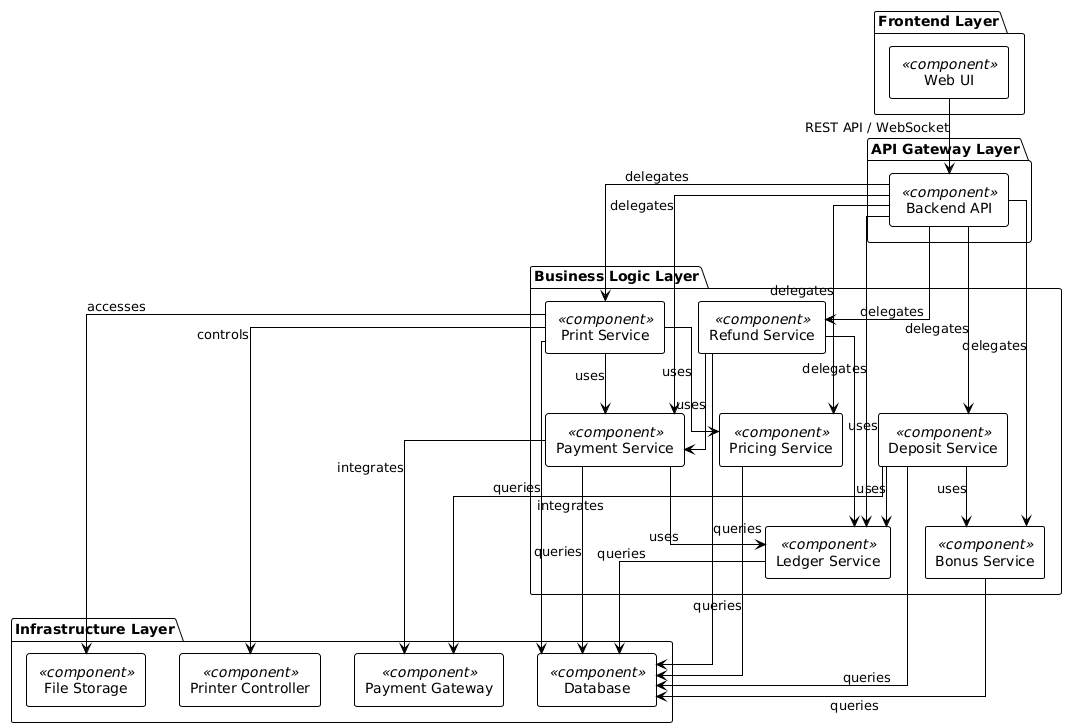
WilliamChristopherAlt/PrintingServiceDB keeps this PlantUML diagram as scripts/visualize/component_diagrams/print_management_component_diagram.png. Above is the earlier version.
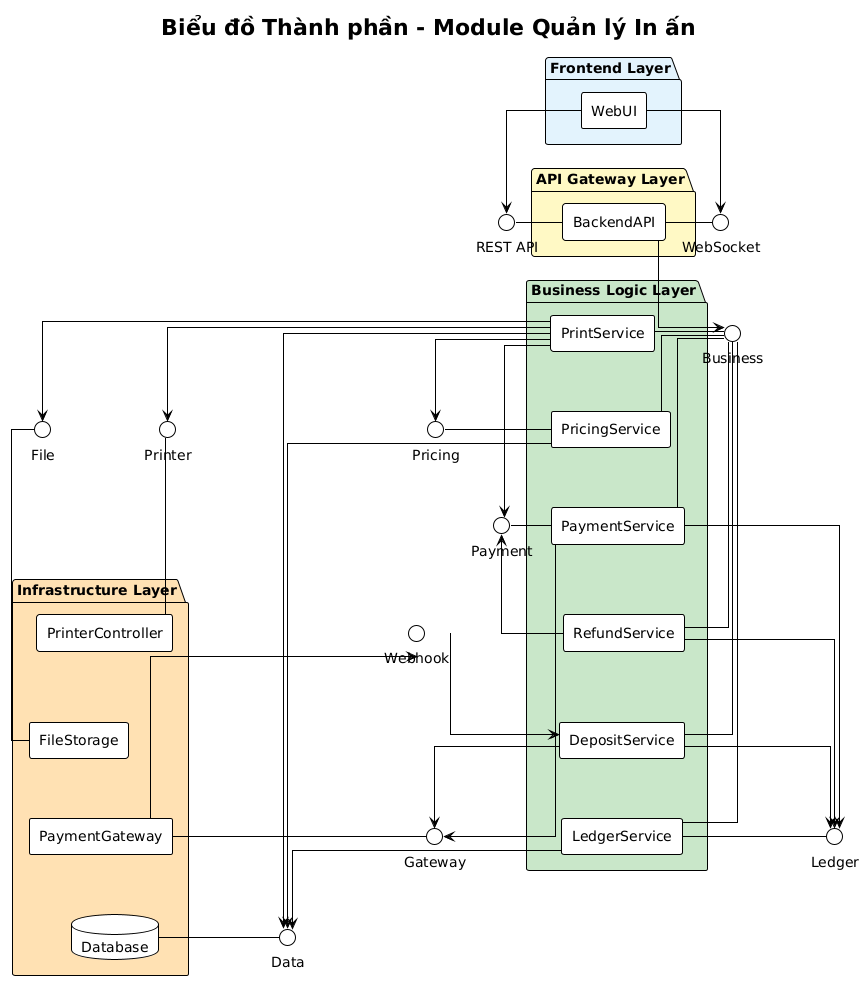
The same file after the commit.

Diff of the diagram source:
```diff
@@ -3,66 +3,97 @@
 !theme plain
 skinparam componentStyle rectangle
 skinparam linetype ortho
+skinparam backgroundColor #FFFFFF
+
 top to bottom direction
 
-package "Frontend Layer" {
-  component [Web UI] <<component>> as WebUI
+title Biểu đồ Thành phần - Module Quản lý In ấn
+
+package "Frontend Layer" #E3F2FD {
+  component WebUI
 }
 
-package "API Gateway Layer" {
-  component [Backend API] <<component>> as BackendAPI
+package "API Gateway Layer" #FFF9C4 {
+  component BackendAPI
 }
 
-package "Business Logic Layer" {
-  component [Print Service] <<component>> as PrintService
-  component [Pricing Service] <<component>> as PricingService
-  component [Payment Service] <<component>> as PaymentService
-  component [Refund Service] <<component>> as RefundService
-  component [Deposit Service] <<component>> as DepositService
-  component [Bonus Service] <<component>> as BonusService
-  component [Ledger Service] <<component>> as LedgerService
+package "Business Logic Layer" #C8E6C9 {
+  component PrintService
+  component PricingService
+  component PaymentService
+  component RefundService
+  component DepositService
+  component LedgerService
 }
 
-package "Infrastructure Layer" {
-  component [Printer Controller] <<component>> as PrinterController
-  component [File Storage] <<component>> as FileStorage
-  component [Payment Gateway] <<component>> as PaymentGateway
-  component [Database] <<component>> as Database
+package "Infrastructure Layer" #FFE0B2 {
+  component PrinterController
+  component FileStorage
+  component PaymentGateway
+  database Database
 }
 
-WebUI --> BackendAPI : REST API / WebSocket
+() "REST API" as REST
+() "WebSocket" as WS
+() "Business" as Business
+() "Pricing" as Pricing
+() "Payment" as Payment
+() "Printer" as Printer
+() "File" as File
+() "Data" as Data
+() "Ledger" as Ledger
+() "Gateway" as Gateway
+() "Webhook" as Webhook
 
-BackendAPI --> PrintService : delegates
-BackendAPI --> PricingService : delegates
-BackendAPI --> PaymentService : delegates
-BackendAPI --> RefundService : delegates
-BackendAPI --> DepositService : delegates
-BackendAPI --> BonusService : delegates
-BackendAPI --> LedgerService : delegates
+WebUI --> REST
+WebUI --> WS
+REST - BackendAPI
+WS - BackendAPI
 
-PrintService --> PricingService : uses
-PrintService --> PaymentService : uses
-PrintService --> PrinterController : controls
-PrintService --> FileStorage : accesses
-PrintService --> Database : queries
+BackendAPI --> Business
+Business - PrintService
+Business - PricingService
+Business - PaymentService
+Business - RefundService
+Business - DepositService
+Business - LedgerService
 
-PricingService --> Database : queries
+PrintService --> Pricing
+PrintService --> Payment
+PrintService --> Printer
+PrintService --> File
+PrintService --> Data
 
-PaymentService --> LedgerService : uses
-PaymentService --> PaymentGateway : integrates
-PaymentService --> Database : queries
+Pricing - PricingService
+Payment - PaymentService
+Printer - PrinterController
+File - FileStorage
+Data - Database
 
-RefundService --> PaymentService : uses
-RefundService --> LedgerService : uses
-RefundService --> Database : queries
+PricingService --> Data
+PaymentService --> Ledger
+PaymentService --> Gateway
+RefundService --> Payment
+RefundService --> Ledger
+DepositService --> Gateway
+DepositService --> Ledger
 
-DepositService --> BonusService : uses
-DepositService --> PaymentGateway : integrates
-DepositService --> LedgerService : uses
-DepositService --> Database : queries
+Ledger - LedgerService
+LedgerService --> Data
+Gateway - PaymentGateway
+PaymentGateway --> Webhook
+Webhook --> DepositService
 
-BonusService --> Database : queries
-
-LedgerService --> Database : queries
+WebUI -[hidden]down-> BackendAPI
+BackendAPI -[hidden]down-> PrintService
+PrintService -[hidden]down-> PricingService
+PricingService -[hidden]down-> PaymentService
+PaymentService -[hidden]down-> RefundService
+RefundService -[hidden]down-> DepositService
+DepositService -[hidden]down-> LedgerService
+LedgerService -[hidden]down-> PrinterController
+PrinterController -[hidden]down-> FileStorage
+FileStorage -[hidden]down-> PaymentGateway
+PaymentGateway -[hidden]down-> Database
 
 @enduml
```
